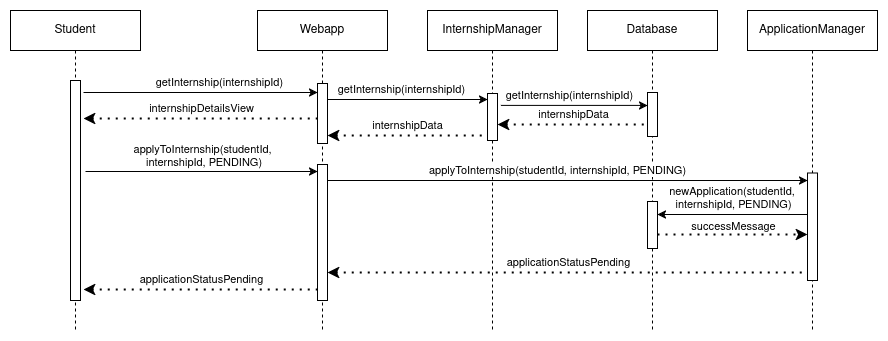
Above: DD/images/sequenceDiagrams/StudentAppliesToInernshipFound.png in matteo-luraghi/IlardiLuraghi (draw.io), before the change. Source tidied: cells renumbered, new cells last; positions are measured from the earlier drawing's top-left corner, leaving out a move shared by most shapes. The source it was exported from:
```xml
<mxGraphModel>
  <root>
    <mxCell id="0" />
    <mxCell id="1" parent="0" />
    <mxCell id="2" style="endArrow=classic;html=1;rounded=0;" parent="1" edge="1" target="11">
      <mxGeometry relative="1" as="geometry">
        <mxPoint x="73" y="82" as="sourcePoint" />
      </mxGeometry>
    </mxCell>
    <mxCell id="3" value="getInternship(internshipId)" style="edgeLabel;html=1;align=center;verticalAlign=middle;" parent="2" vertex="1">
      <mxGeometry x="-0.14" y="2" relative="1" as="geometry">
        <mxPoint x="34" y="-8" as="offset" />
      </mxGeometry>
    </mxCell>
    <mxCell id="4" style="endArrow=none;dashed=1;html=1;dashPattern=1 3;strokeWidth=2;rounded=0;endFill=0;startArrow=classic;startFill=1;" parent="1" edge="1" target="11">
      <mxGeometry relative="1" as="geometry">
        <mxPoint x="73" y="108" as="sourcePoint" />
      </mxGeometry>
    </mxCell>
    <mxCell id="5" value="internshipDetailsView" style="edgeLabel;html=1;align=center;verticalAlign=middle;" parent="4" vertex="1">
      <mxGeometry relative="1" as="geometry">
        <mxPoint y="-10" as="offset" />
      </mxGeometry>
    </mxCell>
    <mxCell id="6" style="endArrow=classic;html=1;rounded=0;" parent="1" edge="1" target="12">
      <mxGeometry relative="1" as="geometry">
        <mxPoint x="75" y="161" as="sourcePoint" />
      </mxGeometry>
    </mxCell>
    <mxCell id="7" value="&lt;div&gt;applyToInternship(studentId,&lt;/div&gt;&lt;div&gt;&amp;nbsp;internshipId, PENDING)&lt;/div&gt;" style="edgeLabel;html=1;align=center;verticalAlign=middle;" parent="6" vertex="1">
      <mxGeometry x="-0.14" y="2" relative="1" as="geometry">
        <mxPoint x="17" y="-13" as="offset" />
      </mxGeometry>
    </mxCell>
    <mxCell id="8" style="endArrow=none;dashed=1;html=1;dashPattern=1 3;strokeWidth=2;rounded=0;endFill=0;startArrow=classic;startFill=1;" parent="1" edge="1">
      <mxGeometry relative="1" as="geometry">
        <mxPoint x="73" y="279" as="sourcePoint" />
        <mxPoint x="307" y="279" as="targetPoint" />
      </mxGeometry>
    </mxCell>
    <mxCell id="9" value="applicationStatusPending" style="edgeLabel;html=1;align=center;verticalAlign=middle;" parent="8" vertex="1">
      <mxGeometry relative="1" as="geometry">
        <mxPoint y="-10" as="offset" />
      </mxGeometry>
    </mxCell>
    <mxCell id="10" value="Webapp" style="shape=umlLifeline;perimeter=lifelinePerimeter;whiteSpace=wrap;html=1;newEdgeStyle={&quot;curved&quot;:0,&quot;rounded&quot;:0};" parent="1" vertex="1">
      <mxGeometry x="247" width="130" height="320" as="geometry" />
    </mxCell>
    <mxCell id="11" style="html=1;points=[[0,0,0,0,5],[0,1,0,0,-5],[1,0,0,0,5],[1,1,0,0,-5]];perimeter=orthogonalPerimeter;outlineConnect=0;targetShapes=umlLifeline;portConstraint=eastwest;newEdgeStyle={&quot;curved&quot;:0,&quot;rounded&quot;:0};" parent="10" vertex="1">
      <mxGeometry x="60" y="73" width="10" height="60" as="geometry" />
    </mxCell>
    <mxCell id="12" style="html=1;points=[[0,0,0,0,5],[0,1,0,0,-5],[1,0,0,0,5],[1,1,0,0,-5]];perimeter=orthogonalPerimeter;outlineConnect=0;targetShapes=umlLifeline;portConstraint=eastwest;newEdgeStyle={&quot;curved&quot;:0,&quot;rounded&quot;:0};" parent="10" vertex="1">
      <mxGeometry x="60" y="154" width="10" height="136" as="geometry" />
    </mxCell>
    <mxCell id="13" value="Student" style="shape=umlLifeline;perimeter=lifelinePerimeter;whiteSpace=wrap;html=1;newEdgeStyle={&quot;curved&quot;:0,&quot;rounded&quot;:0};" parent="1" vertex="1">
      <mxGeometry width="130" height="320" as="geometry" />
    </mxCell>
    <mxCell id="14" style="html=1;perimeter=orthogonalPerimeter;targetShapes=umlLifeline;newEdgeStyle={&quot;curved&quot;:0,&quot;rounded&quot;:0};" parent="13" vertex="1">
      <mxGeometry x="60" y="70" width="10" height="220" as="geometry" />
    </mxCell>
    <mxCell id="15" value="InternshipManager" style="shape=umlLifeline;perimeter=lifelinePerimeter;whiteSpace=wrap;html=1;newEdgeStyle={&quot;curved&quot;:0,&quot;rounded&quot;:0};" parent="1" vertex="1">
      <mxGeometry x="417" width="130" height="320" as="geometry" />
    </mxCell>
    <mxCell id="16" style="html=1;perimeter=orthogonalPerimeter;targetShapes=umlLifeline;newEdgeStyle={&quot;curved&quot;:0,&quot;rounded&quot;:0};" parent="15" vertex="1">
      <mxGeometry x="60" y="83" width="10" height="47" as="geometry" />
    </mxCell>
    <mxCell id="17" style="endArrow=classic;html=1;rounded=0;" parent="1" edge="1">
      <mxGeometry relative="1" as="geometry">
        <mxPoint x="317" y="89" as="sourcePoint" />
        <mxPoint x="477" y="89" as="targetPoint" />
      </mxGeometry>
    </mxCell>
    <mxCell id="18" value="getInternship(internshipId)" style="edgeLabel;html=1;align=center;verticalAlign=middle;" parent="17" vertex="1">
      <mxGeometry x="-0.14" y="2" relative="1" as="geometry">
        <mxPoint x="5" y="-8" as="offset" />
      </mxGeometry>
    </mxCell>
    <mxCell id="19" value="Database" style="shape=umlLifeline;perimeter=lifelinePerimeter;whiteSpace=wrap;html=1;newEdgeStyle={&quot;curved&quot;:0,&quot;rounded&quot;:0};" parent="1" vertex="1">
      <mxGeometry x="577" width="130" height="320" as="geometry" />
    </mxCell>
    <mxCell id="20" style="html=1;points=[[0,0,0,0,5],[0,1,0,0,-5],[1,0,0,0,5],[1,1,0,0,-5]];perimeter=orthogonalPerimeter;outlineConnect=0;targetShapes=umlLifeline;portConstraint=eastwest;newEdgeStyle={&quot;curved&quot;:0,&quot;rounded&quot;:0};" parent="19" vertex="1">
      <mxGeometry x="60" y="82" width="10" height="44" as="geometry" />
    </mxCell>
    <mxCell id="21" style="html=1;perimeter=orthogonalPerimeter;targetShapes=umlLifeline;newEdgeStyle={&quot;curved&quot;:0,&quot;rounded&quot;:0};" parent="19" vertex="1">
      <mxGeometry x="60" y="191" width="10" height="47" as="geometry" />
    </mxCell>
    <mxCell id="22" style="endArrow=classic;html=1;rounded=0;exitX=1.341;exitY=0.725;exitDx=0;exitDy=0;exitPerimeter=0;" parent="1" edge="1" target="20">
      <mxGeometry relative="1" as="geometry">
        <mxPoint x="490.4" y="94.9" as="sourcePoint" />
      </mxGeometry>
    </mxCell>
    <mxCell id="23" value="getInternship(internshipId)" style="edgeLabel;html=1;align=center;verticalAlign=middle;" parent="22" vertex="1">
      <mxGeometry x="-0.14" y="2" relative="1" as="geometry">
        <mxPoint x="5" y="-8" as="offset" />
      </mxGeometry>
    </mxCell>
    <mxCell id="24" style="endArrow=none;dashed=1;html=1;dashPattern=1 3;strokeWidth=2;rounded=0;endFill=0;startArrow=classic;startFill=1;exitX=1;exitY=1;exitDx=0;exitDy=-5;exitPerimeter=0;" parent="1" edge="1" target="20">
      <mxGeometry relative="1" as="geometry">
        <mxPoint x="487" y="114" as="sourcePoint" />
      </mxGeometry>
    </mxCell>
    <mxCell id="25" value="internshipData" style="edgeLabel;html=1;align=center;verticalAlign=middle;" parent="24" vertex="1">
      <mxGeometry relative="1" as="geometry">
        <mxPoint y="-10" as="offset" />
      </mxGeometry>
    </mxCell>
    <mxCell id="26" style="endArrow=none;dashed=1;html=1;dashPattern=1 3;strokeWidth=2;rounded=0;endFill=0;startArrow=classic;startFill=1;" parent="1" edge="1">
      <mxGeometry relative="1" as="geometry">
        <mxPoint x="317" y="125" as="sourcePoint" />
        <mxPoint x="477" y="125" as="targetPoint" />
      </mxGeometry>
    </mxCell>
    <mxCell id="27" value="internshipData" style="edgeLabel;html=1;align=center;verticalAlign=middle;" parent="26" vertex="1">
      <mxGeometry relative="1" as="geometry">
        <mxPoint y="-10" as="offset" />
      </mxGeometry>
    </mxCell>
    <mxCell id="28" style="endArrow=classic;html=1;rounded=0;" parent="1" edge="1">
      <mxGeometry relative="1" as="geometry">
        <mxPoint x="317" y="170" as="sourcePoint" />
        <mxPoint x="797" y="170" as="targetPoint" />
      </mxGeometry>
    </mxCell>
    <mxCell id="29" value="applyToInternship(studentId, internshipId, PENDING)" style="edgeLabel;html=1;align=center;verticalAlign=middle;" parent="28" vertex="1">
      <mxGeometry x="-0.14" y="2" relative="1" as="geometry">
        <mxPoint x="22" y="-8" as="offset" />
      </mxGeometry>
    </mxCell>
    <mxCell id="30" value="ApplicationManager" style="shape=umlLifeline;perimeter=lifelinePerimeter;whiteSpace=wrap;html=1;newEdgeStyle={&quot;curved&quot;:0,&quot;rounded&quot;:0};" parent="1" vertex="1">
      <mxGeometry x="737" width="130" height="320" as="geometry" />
    </mxCell>
    <mxCell id="31" style="html=1;perimeter=orthogonalPerimeter;targetShapes=umlLifeline;newEdgeStyle={&quot;curved&quot;:0,&quot;rounded&quot;:0};" parent="30" vertex="1">
      <mxGeometry x="60" y="162.5" width="10" height="107.5" as="geometry" />
    </mxCell>
    <mxCell id="32" style="endArrow=none;html=1;strokeWidth=1;rounded=0;endFill=0;startArrow=classic;startFill=1;" parent="1" edge="1">
      <mxGeometry relative="1" as="geometry">
        <mxPoint x="647" y="204" as="sourcePoint" />
        <mxPoint x="797" y="204" as="targetPoint" />
      </mxGeometry>
    </mxCell>
    <mxCell id="33" value="&lt;div&gt;newApplication(studentId,&amp;nbsp;&lt;/div&gt;&lt;div&gt;internshipId, PENDING)&lt;/div&gt;" style="edgeLabel;html=1;align=center;verticalAlign=middle;" parent="32" vertex="1">
      <mxGeometry relative="1" as="geometry">
        <mxPoint y="-16" as="offset" />
      </mxGeometry>
    </mxCell>
    <mxCell id="34" style="endArrow=classic;dashed=1;html=1;dashPattern=1 3;strokeWidth=2;rounded=0;startArrow=none;startFill=0;endFill=1;" parent="1" edge="1">
      <mxGeometry relative="1" as="geometry">
        <mxPoint x="647" y="224" as="sourcePoint" />
        <mxPoint x="797" y="224" as="targetPoint" />
      </mxGeometry>
    </mxCell>
    <mxCell id="35" value="successMessage" style="edgeLabel;html=1;align=center;verticalAlign=middle;" parent="34" vertex="1">
      <mxGeometry relative="1" as="geometry">
        <mxPoint y="-8" as="offset" />
      </mxGeometry>
    </mxCell>
    <mxCell id="36" style="endArrow=none;dashed=1;html=1;dashPattern=1 3;strokeWidth=2;rounded=0;endFill=0;startArrow=classic;startFill=1;entryX=0;entryY=1;entryDx=0;entryDy=-5;entryPerimeter=0;" parent="1" edge="1">
      <mxGeometry relative="1" as="geometry">
        <mxPoint x="317" y="262" as="sourcePoint" />
        <mxPoint x="797" y="262" as="targetPoint" />
      </mxGeometry>
    </mxCell>
    <mxCell id="37" value="applicationStatusPending" style="edgeLabel;html=1;align=center;verticalAlign=middle;" parent="36" vertex="1">
      <mxGeometry relative="1" as="geometry">
        <mxPoint y="-10" as="offset" />
      </mxGeometry>
    </mxCell>
  </root>
</mxGraphModel>
```
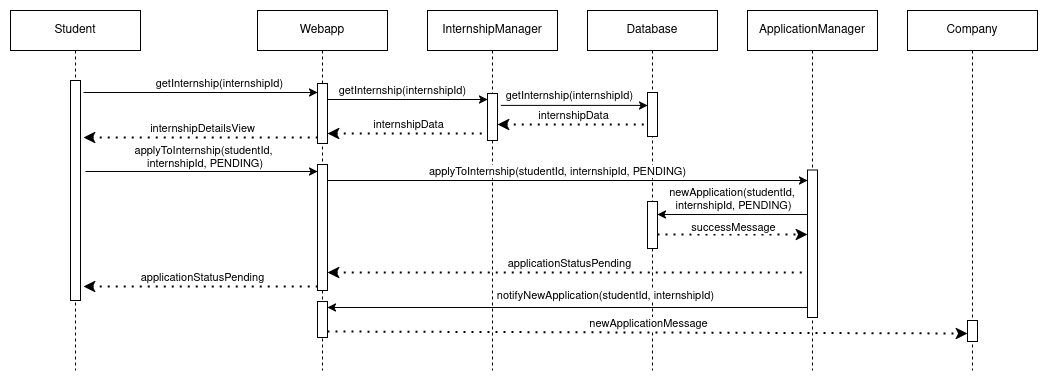
After the change.

Diff of the diagram source:
```diff
@@ -12,9 +12,10 @@
         <mxPoint x="34" y="-8" as="offset" />
       </mxGeometry>
     </mxCell>
-    <mxCell id="4" style="endArrow=none;dashed=1;html=1;dashPattern=1 3;strokeWidth=2;rounded=0;endFill=0;startArrow=classic;startFill=1;" parent="1" edge="1" target="11">
+    <mxCell id="4" style="endArrow=none;dashed=1;html=1;dashPattern=1 3;strokeWidth=2;rounded=0;endFill=0;startArrow=classic;startFill=1;" parent="1" edge="1">
       <mxGeometry relative="1" as="geometry">
-        <mxPoint x="73" y="108" as="sourcePoint" />
+        <mxPoint x="73" y="127" as="sourcePoint" />
+        <mxPoint x="307" y="127" as="targetPoint" />
       </mxGeometry>
     </mxCell>
     <mxCell id="5" value="internshipDetailsView" style="edgeLabel;html=1;align=center;verticalAlign=middle;" parent="4" vertex="1">
@@ -34,8 +35,8 @@
     </mxCell>
     <mxCell id="8" style="endArrow=none;dashed=1;html=1;dashPattern=1 3;strokeWidth=2;rounded=0;endFill=0;startArrow=classic;startFill=1;" parent="1" edge="1">
       <mxGeometry relative="1" as="geometry">
-        <mxPoint x="73" y="279" as="sourcePoint" />
-        <mxPoint x="307" y="279" as="targetPoint" />
+        <mxPoint x="73" y="276" as="sourcePoint" />
+        <mxPoint x="307" y="276" as="targetPoint" />
       </mxGeometry>
     </mxCell>
     <mxCell id="9" value="applicationStatusPending" style="edgeLabel;html=1;align=center;verticalAlign=middle;" parent="8" vertex="1">
@@ -44,22 +45,25 @@
       </mxGeometry>
     </mxCell>
     <mxCell id="10" value="Webapp" style="shape=umlLifeline;perimeter=lifelinePerimeter;whiteSpace=wrap;html=1;newEdgeStyle={&quot;curved&quot;:0,&quot;rounded&quot;:0};" parent="1" vertex="1">
-      <mxGeometry x="247" width="130" height="320" as="geometry" />
+      <mxGeometry x="247" width="130" height="360" as="geometry" />
     </mxCell>
     <mxCell id="11" style="html=1;points=[[0,0,0,0,5],[0,1,0,0,-5],[1,0,0,0,5],[1,1,0,0,-5]];perimeter=orthogonalPerimeter;outlineConnect=0;targetShapes=umlLifeline;portConstraint=eastwest;newEdgeStyle={&quot;curved&quot;:0,&quot;rounded&quot;:0};" parent="10" vertex="1">
       <mxGeometry x="60" y="73" width="10" height="60" as="geometry" />
     </mxCell>
     <mxCell id="12" style="html=1;points=[[0,0,0,0,5],[0,1,0,0,-5],[1,0,0,0,5],[1,1,0,0,-5]];perimeter=orthogonalPerimeter;outlineConnect=0;targetShapes=umlLifeline;portConstraint=eastwest;newEdgeStyle={&quot;curved&quot;:0,&quot;rounded&quot;:0};" parent="10" vertex="1">
-      <mxGeometry x="60" y="154" width="10" height="136" as="geometry" />
+      <mxGeometry x="60" y="154" width="10" height="126" as="geometry" />
     </mxCell>
+    <mxCell id="38" style="html=1;perimeter=orthogonalPerimeter;targetShapes=umlLifeline;newEdgeStyle={&quot;curved&quot;:0,&quot;rounded&quot;:0};" parent="10" vertex="1">
+      <mxGeometry x="60" y="291" width="10" height="36" as="geometry" />
+    </mxCell>
     <mxCell id="13" value="Student" style="shape=umlLifeline;perimeter=lifelinePerimeter;whiteSpace=wrap;html=1;newEdgeStyle={&quot;curved&quot;:0,&quot;rounded&quot;:0};" parent="1" vertex="1">
-      <mxGeometry width="130" height="320" as="geometry" />
+      <mxGeometry width="130" height="360" as="geometry" />
     </mxCell>
     <mxCell id="14" style="html=1;perimeter=orthogonalPerimeter;targetShapes=umlLifeline;newEdgeStyle={&quot;curved&quot;:0,&quot;rounded&quot;:0};" parent="13" vertex="1">
       <mxGeometry x="60" y="70" width="10" height="220" as="geometry" />
     </mxCell>
     <mxCell id="15" value="InternshipManager" style="shape=umlLifeline;perimeter=lifelinePerimeter;whiteSpace=wrap;html=1;newEdgeStyle={&quot;curved&quot;:0,&quot;rounded&quot;:0};" parent="1" vertex="1">
-      <mxGeometry x="417" width="130" height="320" as="geometry" />
+      <mxGeometry x="417" width="130" height="360" as="geometry" />
     </mxCell>
     <mxCell id="16" style="html=1;perimeter=orthogonalPerimeter;targetShapes=umlLifeline;newEdgeStyle={&quot;curved&quot;:0,&quot;rounded&quot;:0};" parent="15" vertex="1">
       <mxGeometry x="60" y="83" width="10" height="47" as="geometry" />
@@ -76,7 +80,7 @@
       </mxGeometry>
     </mxCell>
     <mxCell id="19" value="Database" style="shape=umlLifeline;perimeter=lifelinePerimeter;whiteSpace=wrap;html=1;newEdgeStyle={&quot;curved&quot;:0,&quot;rounded&quot;:0};" parent="1" vertex="1">
-      <mxGeometry x="577" width="130" height="320" as="geometry" />
+      <mxGeometry x="577" width="130" height="360" as="geometry" />
     </mxCell>
     <mxCell id="20" style="html=1;points=[[0,0,0,0,5],[0,1,0,0,-5],[1,0,0,0,5],[1,1,0,0,-5]];perimeter=orthogonalPerimeter;outlineConnect=0;targetShapes=umlLifeline;portConstraint=eastwest;newEdgeStyle={&quot;curved&quot;:0,&quot;rounded&quot;:0};" parent="19" vertex="1">
       <mxGeometry x="60" y="82" width="10" height="44" as="geometry" />
@@ -106,8 +110,8 @@
     </mxCell>
     <mxCell id="26" style="endArrow=none;dashed=1;html=1;dashPattern=1 3;strokeWidth=2;rounded=0;endFill=0;startArrow=classic;startFill=1;" parent="1" edge="1">
       <mxGeometry relative="1" as="geometry">
-        <mxPoint x="317" y="125" as="sourcePoint" />
-        <mxPoint x="477" y="125" as="targetPoint" />
+        <mxPoint x="317" y="123" as="sourcePoint" />
+        <mxPoint x="477" y="123" as="targetPoint" />
       </mxGeometry>
     </mxCell>
     <mxCell id="27" value="internshipData" style="edgeLabel;html=1;align=center;verticalAlign=middle;" parent="26" vertex="1">
@@ -127,10 +131,10 @@
       </mxGeometry>
     </mxCell>
     <mxCell id="30" value="ApplicationManager" style="shape=umlLifeline;perimeter=lifelinePerimeter;whiteSpace=wrap;html=1;newEdgeStyle={&quot;curved&quot;:0,&quot;rounded&quot;:0};" parent="1" vertex="1">
-      <mxGeometry x="737" width="130" height="320" as="geometry" />
+      <mxGeometry x="737" width="130" height="360" as="geometry" />
     </mxCell>
     <mxCell id="31" style="html=1;perimeter=orthogonalPerimeter;targetShapes=umlLifeline;newEdgeStyle={&quot;curved&quot;:0,&quot;rounded&quot;:0};" parent="30" vertex="1">
-      <mxGeometry x="60" y="162.5" width="10" height="107.5" as="geometry" />
+      <mxGeometry x="60" y="159.5" width="10" height="147.5" as="geometry" />
     </mxCell>
     <mxCell id="32" style="endArrow=none;html=1;strokeWidth=1;rounded=0;endFill=0;startArrow=classic;startFill=1;" parent="1" edge="1">
       <mxGeometry relative="1" as="geometry">
@@ -165,5 +169,33 @@
         <mxPoint y="-10" as="offset" />
       </mxGeometry>
     </mxCell>
+    <mxCell id="39" value="Company" style="shape=umlLifeline;perimeter=lifelinePerimeter;whiteSpace=wrap;html=1;newEdgeStyle={&quot;curved&quot;:0,&quot;rounded&quot;:0};" parent="1" vertex="1">
+      <mxGeometry x="897" width="130" height="360" as="geometry" />
+    </mxCell>
+    <mxCell id="40" style="html=1;perimeter=orthogonalPerimeter;targetShapes=umlLifeline;newEdgeStyle={&quot;curved&quot;:0,&quot;rounded&quot;:0};" parent="39" vertex="1">
+      <mxGeometry x="60" y="310" width="10" height="21" as="geometry" />
+    </mxCell>
+    <mxCell id="41" style="endArrow=none;html=1;strokeWidth=1;rounded=0;endFill=0;startArrow=classic;startFill=1;" parent="1" edge="1">
+      <mxGeometry relative="1" as="geometry">
+        <mxPoint x="317" y="297" as="sourcePoint" />
+        <mxPoint x="797" y="297" as="targetPoint" />
+      </mxGeometry>
+    </mxCell>
+    <mxCell id="42" value="notifyNewApplication(studentId, internshipId)" style="edgeLabel;html=1;align=center;verticalAlign=middle;" parent="41" vertex="1">
+      <mxGeometry relative="1" as="geometry">
+        <mxPoint x="36" y="-13" as="offset" />
+      </mxGeometry>
+    </mxCell>
+    <mxCell id="43" style="endArrow=classic;dashed=1;html=1;dashPattern=1 3;strokeWidth=2;rounded=0;endFill=1;startArrow=none;startFill=0;entryX=0;entryY=1;entryDx=0;entryDy=-5;entryPerimeter=0;" parent="1" edge="1">
+      <mxGeometry relative="1" as="geometry">
+        <mxPoint x="317" y="321" as="sourcePoint" />
+        <mxPoint x="957" y="323" as="targetPoint" />
+      </mxGeometry>
+    </mxCell>
+    <mxCell id="44" value="newApplicationMessage" style="edgeLabel;html=1;align=center;verticalAlign=middle;" parent="43" vertex="1">
+      <mxGeometry relative="1" as="geometry">
+        <mxPoint y="-10" as="offset" />
+      </mxGeometry>
+    </mxCell>
   </root>
 </mxGraphModel>
```
